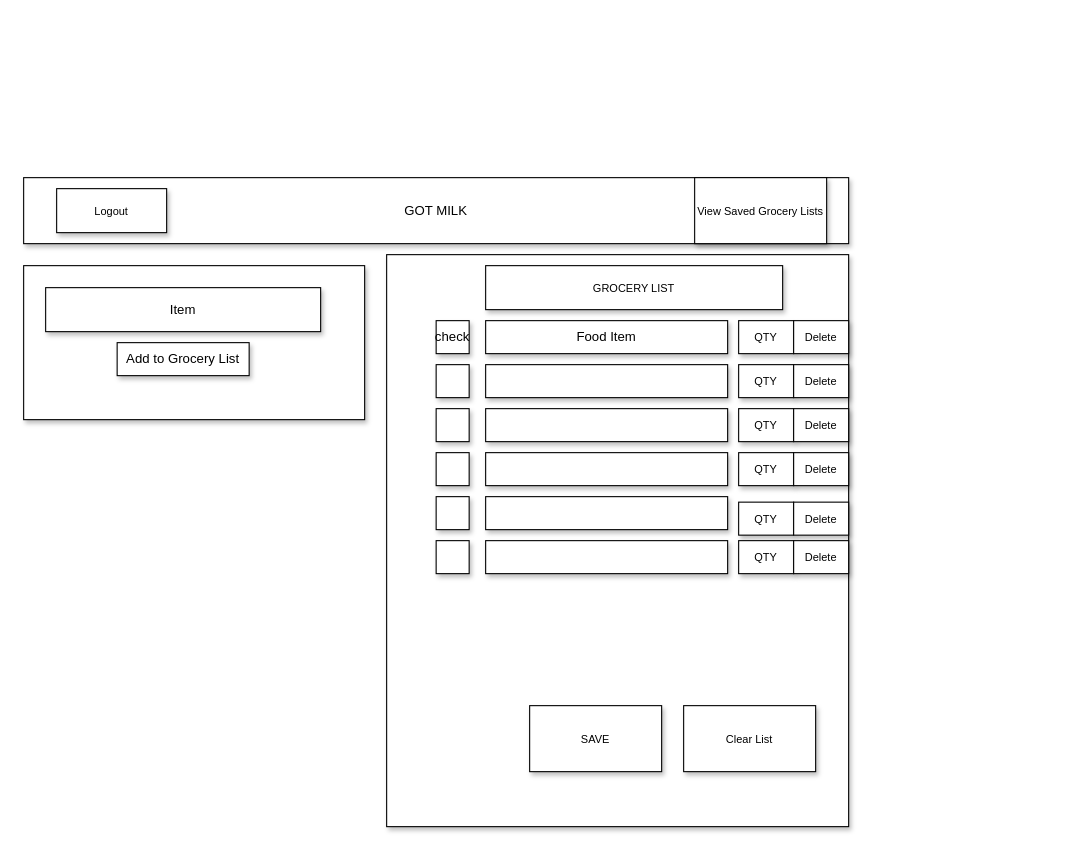
The draw.io diagram page "Dashboard" (3 of 4) of Planning/project.drawio in teshome28sara/Got_Milk-, before the edit. Source tidied: cells renumbered, new cells numbered last; positions are measured from the earlier drawing's top-left corner, leaving out a move shared by most shapes. Both pictures are drawn from the tidied source at 110%, with x=0, y=0 at pixel (23, 177).
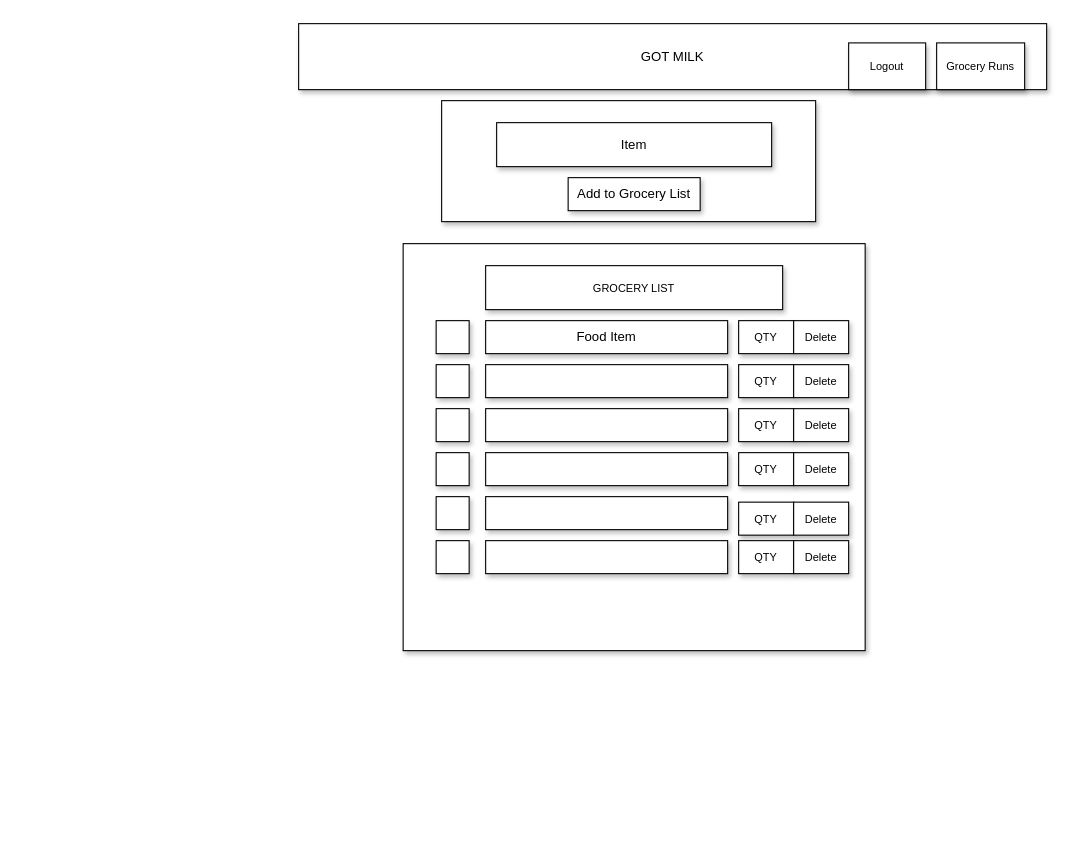
The same page after the edit.

Diff of the diagram source:
```diff
@@
     <mxCell id="2" value="GOT MILK" style="rounded=0;whiteSpace=wrap;html=1;shadow=1;" parent="1" vertex="1">
-      <mxGeometry width="750" height="60" as="geometry" />
+      <mxGeometry x="250" y="-140" width="680" height="60" as="geometry" />
     </mxCell>
     <mxCell id="3" style="rounded=0;whiteSpace=wrap;html=1;shadow=1;fontStyle=1;" parent="1" vertex="1">
-      <mxGeometry y="80" width="310" height="140" as="geometry" />
+      <mxGeometry x="380" y="-70" width="340" height="110" as="geometry" />
     </mxCell>
     <mxCell id="4" style="rounded=0;whiteSpace=wrap;html=1;shadow=1;" parent="1" vertex="1">
-      <mxGeometry x="330" y="70" width="420" height="520" as="geometry" />
+      <mxGeometry x="345" y="60" width="420" height="370" as="geometry" />
     </mxCell>
     <mxCell id="5" value="Item" style="rounded=0;whiteSpace=wrap;html=1;shadow=1;" parent="1" vertex="1">
-      <mxGeometry x="20" y="100" width="250" height="40" as="geometry" />
+      <mxGeometry x="430" y="-50" width="250" height="40" as="geometry" />
     </mxCell>
@@
-    <mxCell id="8" value="check" style="whiteSpace=wrap;html=1;shadow=1;" parent="1" vertex="1">
+    <mxCell id="8" style="whiteSpace=wrap;html=1;shadow=1;" parent="1" vertex="1">
       <mxGeometry x="375" y="130" width="30" height="30" as="geometry" />
     </mxCell>
@@
     <mxCell id="19" value="Add to Grocery List" style="rounded=0;whiteSpace=wrap;html=1;shadow=1;" parent="1" vertex="1">
-      <mxGeometry x="85" y="150" width="120" height="30" as="geometry" />
+      <mxGeometry x="495" width="120" height="30" as="geometry" />
     </mxCell>
     <mxCell id="20" value="Logout" style="rounded=0;whiteSpace=wrap;html=1;shadow=1;fontSize=10;" parent="1" vertex="1">
-      <mxGeometry x="30" y="10" width="100" height="40" as="geometry" />
+      <mxGeometry x="750" y="-122.5" width="70" height="42.5" as="geometry" />
     </mxCell>
@@
-    <mxCell id="33" value="SAVE" style="rounded=0;whiteSpace=wrap;html=1;shadow=1;fontSize=10;" parent="1" vertex="1">
-      <mxGeometry x="460" y="480" width="120" height="60" as="geometry" />
-    </mxCell>
-    <mxCell id="34" value="View Saved Grocery Lists" style="rounded=0;whiteSpace=wrap;html=1;shadow=1;fontSize=10;" parent="1" vertex="1">
-      <mxGeometry x="610" width="120" height="60" as="geometry" />
-    </mxCell>
-    <mxCell id="35" value="Clear List" style="rounded=0;whiteSpace=wrap;html=1;shadow=1;fontSize=10;" parent="1" vertex="1">
-      <mxGeometry x="600" y="480" width="120" height="60" as="geometry" />
-    </mxCell>
+    <mxCell id="36" value="Grocery Runs" style="rounded=0;whiteSpace=wrap;html=1;shadow=1;fontSize=10;" parent="1" vertex="1">
+      <mxGeometry x="830" y="-122.5" width="80" height="42.5" as="geometry" />
+    </mxCell>
```
